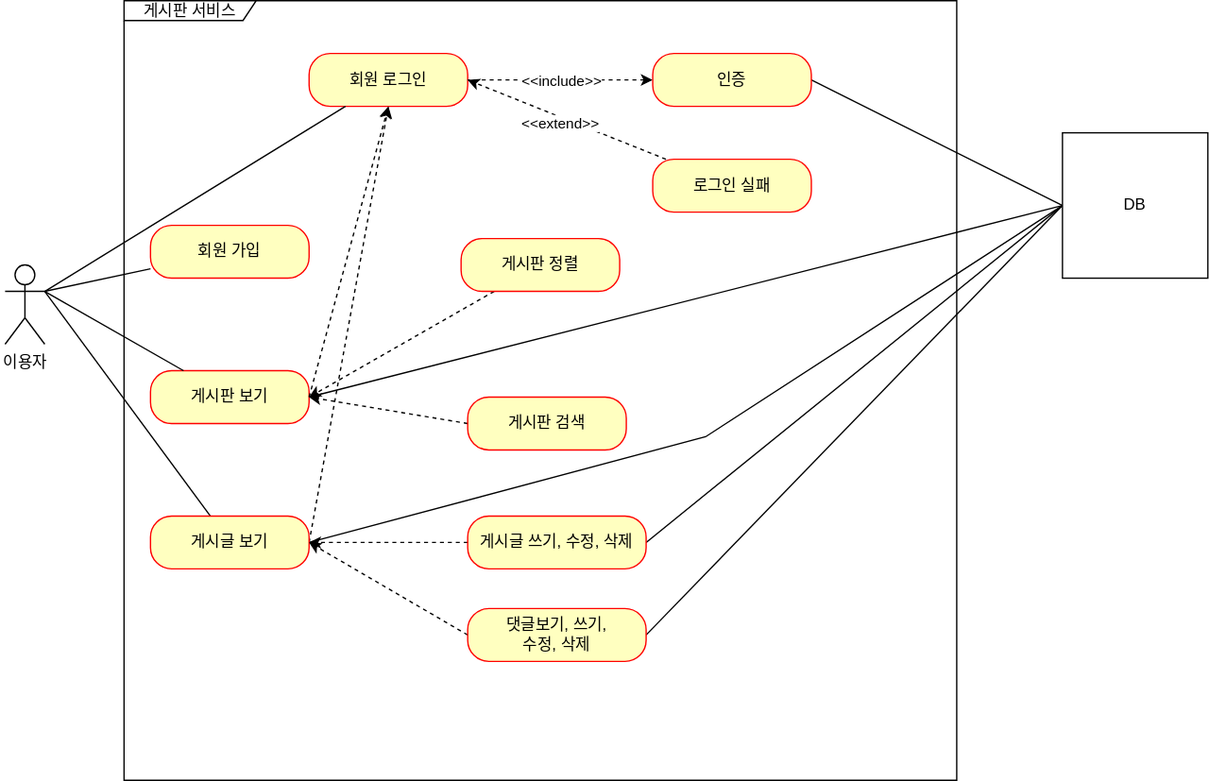
Above: document/use-case.svg in golden-hamster/hello-project-board (draw.io), before the change. Source tidied: cells renumbered, new cells last; positions are measured from the earlier drawing's top-left corner, leaving out a move shared by most shapes.
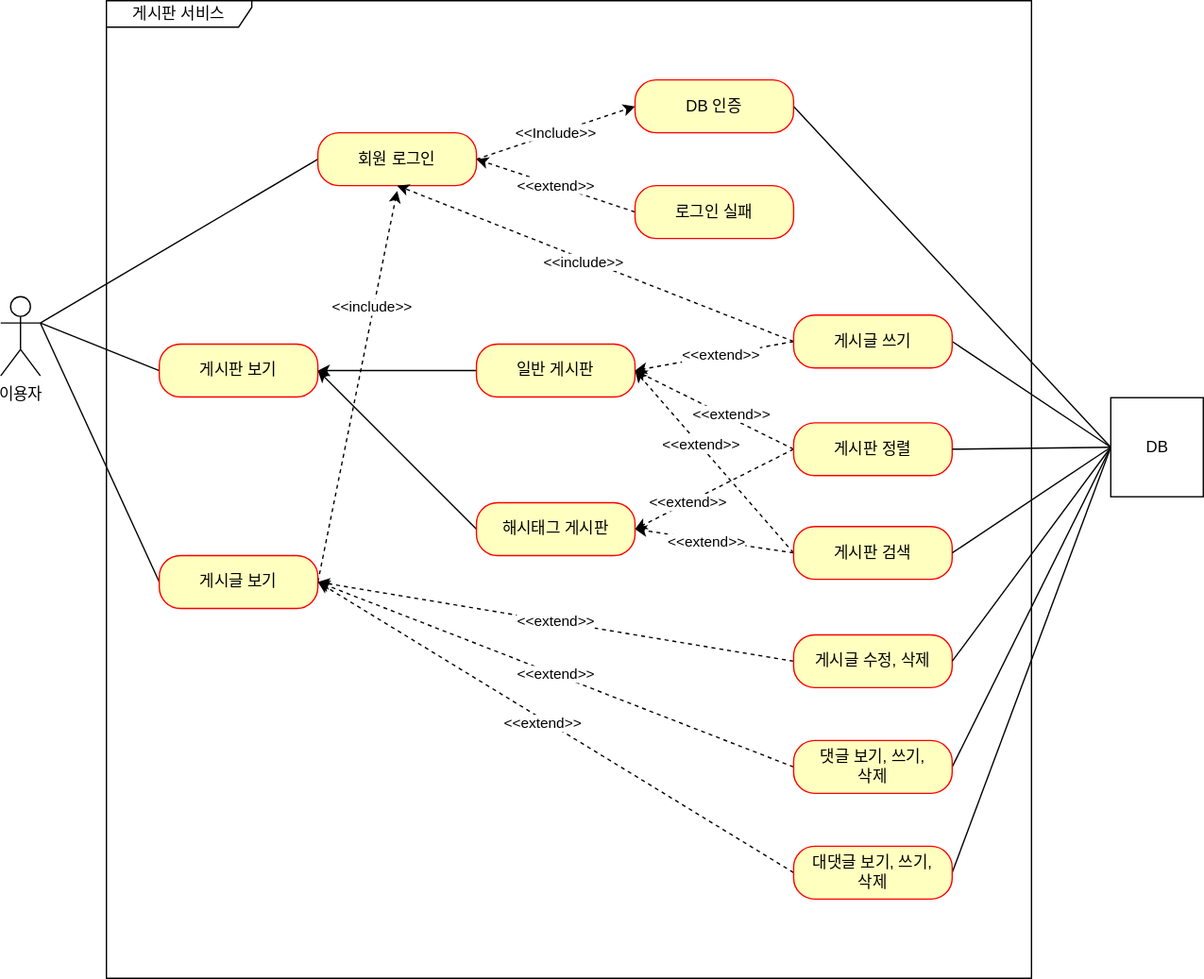
After the change.

Commit message:
#58 - 유즈케이스 업데이트

현재 서비스를 정확히 설명할 수 있도록 업데이트를 함

What changed in the source:
```diff
@@ -3,112 +3,164 @@
     <mxCell id="0" />
     <mxCell id="1" parent="0" />
     <mxCell id="2" value="이용자" style="shape=umlActor;verticalLabelPosition=bottom;verticalAlign=top;html=1;" parent="1" vertex="1">
-      <mxGeometry y="200" width="30" height="60" as="geometry" />
+      <mxGeometry x="-20" y="284" width="30" height="60" as="geometry" />
     </mxCell>
-    <mxCell id="3" value="게시판 서비스" style="shape=umlFrame;whiteSpace=wrap;html=1;width=100;height=15;" parent="1" vertex="1">
-      <mxGeometry x="90" width="630" height="590" as="geometry" />
+    <mxCell id="3" value="게시판 서비스" style="shape=umlFrame;whiteSpace=wrap;html=1;width=110;height=20;" parent="1" vertex="1">
+      <mxGeometry x="60" y="60" width="700" height="740" as="geometry" />
     </mxCell>
-    <mxCell id="4" value="회원 가입" style="rounded=1;whiteSpace=wrap;html=1;arcSize=40;fontColor=#000000;fillColor=#ffffc0;strokeColor=#ff0000;" parent="1" vertex="1">
-      <mxGeometry x="110" y="170" width="120" height="40" as="geometry" />
-    </mxCell>
-    <mxCell id="5" style="rounded=0;jettySize=auto;html=1;exitX=1;exitY=0.5;exitDx=0;exitDy=0;entryX=0;entryY=0.5;entryDx=0;entryDy=0;endArrow=none;endFill=0;" parent="1" edge="1" source="6" target="33">
-      <mxGeometry relative="1" as="geometry" />
-    </mxCell>
+    <mxCell id="34" style="rounded=0;jettySize=auto;html=1;exitX=0;exitY=0.5;exitDx=0;exitDy=0;entryX=1;entryY=0.5;entryDx=0;entryDy=0;" parent="1" edge="1" source="35" target="6">
+      <mxGeometry relative="1" as="geometry" />
+    </mxCell>
+    <mxCell id="35" value="일반 게시판" style="rounded=1;whiteSpace=wrap;html=1;arcSize=40;fontColor=#000000;fillColor=#ffffc0;strokeColor=#ff0000;" parent="1" vertex="1">
+      <mxGeometry x="340" y="320" width="120" height="40" as="geometry" />
+    </mxCell>
+    <mxCell id="31" style="edgeStyle=none;rounded=0;jettySize=auto;html=1;exitX=0;exitY=0.5;exitDx=0;exitDy=0;entryX=1;entryY=0.3333333333333333;entryDx=0;entryDy=0;entryPerimeter=0;endArrow=none;endFill=0;" parent="1" edge="1" source="6" target="2">
+      <mxGeometry relative="1" as="geometry" />
+    </mxCell>
     <mxCell id="6" value="게시판 보기" style="rounded=1;whiteSpace=wrap;html=1;arcSize=40;fontColor=#000000;fillColor=#ffffc0;strokeColor=#ff0000;" parent="1" vertex="1">
-      <mxGeometry x="110" y="280" width="120" height="40" as="geometry" />
+      <mxGeometry x="100" y="320" width="120" height="40" as="geometry" />
     </mxCell>
-    <mxCell id="7" style="rounded=0;jettySize=auto;html=1;endArrow=none;endFill=0;" parent="1" edge="1" source="10">
-      <mxGeometry relative="1" as="geometry">
-        <mxPoint x="30" y="220" as="targetPoint" />
-      </mxGeometry>
-    </mxCell>
-    <mxCell id="8" style="rounded=0;jettySize=auto;html=1;exitX=1;exitY=0.5;exitDx=0;exitDy=0;entryX=0.5;entryY=1;entryDx=0;entryDy=0;dashed=1;" parent="1" edge="1" source="10" target="11">
-      <mxGeometry relative="1" as="geometry" />
-    </mxCell>
-    <mxCell id="9" style="rounded=0;jettySize=auto;html=1;exitX=1;exitY=0.5;exitDx=0;exitDy=0;entryX=0;entryY=0.5;entryDx=0;entryDy=0;endArrow=none;endFill=0;" parent="1" edge="1" source="10" target="33">
-      <mxGeometry relative="1" as="geometry">
-        <Array as="points">
-          <mxPoint x="530" y="330" />
-        </Array>
-      </mxGeometry>
-    </mxCell>
+    <mxCell id="36" style="edgeStyle=none;rounded=0;jettySize=auto;html=1;exitX=0;exitY=0.5;exitDx=0;exitDy=0;endArrow=none;endFill=0;" parent="1" edge="1" source="10">
+      <mxGeometry relative="1" as="geometry">
+        <mxPoint x="10" y="304" as="targetPoint" />
+      </mxGeometry>
+    </mxCell>
+    <mxCell id="37" style="edgeStyle=none;rounded=0;jettySize=auto;html=1;exitX=1;exitY=0.5;exitDx=0;exitDy=0;dashed=1;endArrow=classic;endFill=1;" parent="1" edge="1" source="10">
+      <mxGeometry relative="1" as="geometry">
+        <mxPoint x="280" y="204" as="targetPoint" />
+      </mxGeometry>
+    </mxCell>
+    <mxCell id="38" value="&amp;lt;&amp;lt;include&amp;gt;&amp;gt;" style="edgeLabel;html=1;align=center;verticalAlign=middle;" parent="37" vertex="1">
+      <mxGeometry x="0.41" y="2" relative="1" as="geometry" />
+    </mxCell>
     <mxCell id="10" value="게시글 보기" style="rounded=1;whiteSpace=wrap;html=1;arcSize=40;fontColor=#000000;fillColor=#ffffc0;strokeColor=#ff0000;" parent="1" vertex="1">
-      <mxGeometry x="110" y="390" width="120" height="40" as="geometry" />
+      <mxGeometry x="100" y="480" width="120" height="40" as="geometry" />
     </mxCell>
+    <mxCell id="39" style="edgeStyle=none;rounded=0;jettySize=auto;html=1;exitX=0;exitY=0.5;exitDx=0;exitDy=0;endArrow=none;endFill=0;" parent="1" edge="1" source="11">
+      <mxGeometry relative="1" as="geometry">
+        <mxPoint x="10" y="304" as="targetPoint" />
+      </mxGeometry>
+    </mxCell>
+    <mxCell id="40" value="&amp;lt;&amp;lt;Include&amp;gt;&amp;gt;" style="rounded=0;jettySize=auto;html=1;exitX=1;exitY=0.5;exitDx=0;exitDy=0;entryX=0;entryY=0.5;entryDx=0;entryDy=0;dashed=1;" parent="1" edge="1" source="11" target="42">
+      <mxGeometry relative="1" as="geometry" />
+    </mxCell>
     <mxCell id="11" value="회원 로그인" style="rounded=1;whiteSpace=wrap;html=1;arcSize=40;fontColor=#000000;fillColor=#ffffc0;strokeColor=#ff0000;" parent="1" vertex="1">
-      <mxGeometry x="230" y="40" width="120" height="40" as="geometry" />
+      <mxGeometry x="220" y="160" width="120" height="40" as="geometry" />
     </mxCell>
-    <mxCell id="12" style="edgeStyle=orthogonalEdgeStyle;rounded=0;jettySize=auto;html=1;endArrow=none;endFill=0;startArrow=classic;startFill=1;dashed=1;" parent="1" edge="1" source="15" target="11">
-      <mxGeometry relative="1" as="geometry" />
-    </mxCell>
-    <mxCell id="13" value="&amp;lt;&amp;lt;include&amp;gt;&amp;gt;" style="edgeLabel;html=1;align=center;verticalAlign=middle;" parent="12" vertex="1">
-      <mxGeometry x="0.22" y="1" relative="1" as="geometry">
-        <mxPoint x="15" y="-1" as="offset" />
-      </mxGeometry>
-    </mxCell>
-    <mxCell id="14" style="rounded=0;jettySize=auto;html=1;exitX=1;exitY=0.5;exitDx=0;exitDy=0;endArrow=none;endFill=0;entryX=0;entryY=0.5;entryDx=0;entryDy=0;" parent="1" edge="1" source="15" target="33">
-      <mxGeometry relative="1" as="geometry" />
-    </mxCell>
-    <mxCell id="15" value="인증" style="rounded=1;whiteSpace=wrap;html=1;arcSize=40;fontColor=#000000;fillColor=#ffffc0;strokeColor=#ff0000;" parent="1" vertex="1">
-      <mxGeometry x="490" y="40" width="120" height="40" as="geometry" />
-    </mxCell>
+    <mxCell id="41" style="edgeStyle=none;rounded=0;jettySize=auto;html=1;exitX=1;exitY=0.5;exitDx=0;exitDy=0;entryX=0;entryY=0.5;entryDx=0;entryDy=0;endArrow=none;endFill=0;" parent="1" edge="1" source="42" target="33">
+      <mxGeometry relative="1" as="geometry" />
+    </mxCell>
+    <mxCell id="42" value="DB 인증" style="rounded=1;whiteSpace=wrap;html=1;arcSize=40;fontColor=#000000;fillColor=#ffffc0;strokeColor=#ff0000;" parent="1" vertex="1">
+      <mxGeometry x="460" y="120" width="120" height="40" as="geometry" />
+    </mxCell>
-    <mxCell id="16" style="rounded=0;jettySize=auto;html=1;entryX=1;entryY=0.5;entryDx=0;entryDy=0;endArrow=classic;endFill=1;dashed=1;" parent="1" edge="1" source="18" target="11">
+    <mxCell id="16" value="&amp;lt;&amp;lt;extend&amp;gt;&amp;gt;" style="edgeStyle=none;rounded=0;jettySize=auto;html=1;exitX=0;exitY=0.5;exitDx=0;exitDy=0;entryX=1;entryY=0.5;entryDx=0;entryDy=0;endArrow=classic;endFill=1;dashed=1;" parent="1" edge="1" source="18" target="11">
       <mxGeometry relative="1" as="geometry" />
     </mxCell>
-    <mxCell id="17" value="&amp;lt;&amp;lt;extend&amp;gt;&amp;gt;" style="edgeLabel;html=1;align=center;verticalAlign=middle;" parent="16" vertex="1">
-      <mxGeometry x="-0.1" y="1" relative="1" as="geometry">
-        <mxPoint x="-12" y="-1" as="offset" />
-      </mxGeometry>
-    </mxCell>
     <mxCell id="18" value="로그인 실패" style="rounded=1;whiteSpace=wrap;html=1;arcSize=40;fontColor=#000000;fillColor=#ffffc0;strokeColor=#ff0000;" parent="1" vertex="1">
-      <mxGeometry x="490" y="120" width="120" height="40" as="geometry" />
+      <mxGeometry x="460" y="200" width="120" height="40" as="geometry" />
     </mxCell>
-    <mxCell id="19" style="rounded=0;jettySize=auto;html=1;entryX=1;entryY=0.5;entryDx=0;entryDy=0;dashed=1;" parent="1" edge="1" source="20" target="6">
-      <mxGeometry relative="1" as="geometry" />
-    </mxCell>
+    <mxCell id="43" style="edgeStyle=none;rounded=0;jettySize=auto;html=1;exitX=0;exitY=0.5;exitDx=0;exitDy=0;entryX=1;entryY=0.5;entryDx=0;entryDy=0;dashed=1;endArrow=classic;endFill=1;" parent="1" edge="1" source="20" target="35">
+      <mxGeometry relative="1" as="geometry" />
+    </mxCell>
+    <mxCell id="44" value="&amp;lt;&amp;lt;extend&amp;gt;&amp;gt;" style="edgeLabel;html=1;align=center;verticalAlign=middle;" parent="43" vertex="1">
+      <mxGeometry x="-0.18" y="-3" relative="1" as="geometry" />
+    </mxCell>
+    <mxCell id="45" style="edgeStyle=none;rounded=0;jettySize=auto;html=1;exitX=0;exitY=0.5;exitDx=0;exitDy=0;entryX=1;entryY=0.5;entryDx=0;entryDy=0;dashed=1;" parent="1" edge="1" source="20" target="62">
+      <mxGeometry relative="1" as="geometry" />
+    </mxCell>
+    <mxCell id="46" value="&amp;lt;&amp;lt;extend&amp;gt;&amp;gt;" style="edgeLabel;html=1;align=center;verticalAlign=middle;" parent="45" vertex="1">
+      <mxGeometry x="0.33" relative="1" as="geometry">
+        <mxPoint x="-1" as="offset" />
+      </mxGeometry>
+    </mxCell>
     <mxCell id="20" value="게시판 정렬" style="rounded=1;whiteSpace=wrap;html=1;arcSize=40;fontColor=#000000;fillColor=#ffffc0;strokeColor=#ff0000;" parent="1" vertex="1">
-      <mxGeometry x="345" y="180" width="120" height="40" as="geometry" />
+      <mxGeometry x="580" y="379.5" width="120" height="40" as="geometry" />
     </mxCell>
-    <mxCell id="21" style="rounded=0;jettySize=auto;html=1;exitX=0;exitY=0.5;exitDx=0;exitDy=0;dashed=1;" parent="1" edge="1" source="22">
-      <mxGeometry relative="1" as="geometry">
-        <mxPoint x="230" y="300" as="targetPoint" />
-      </mxGeometry>
-    </mxCell>
+    <mxCell id="47" style="edgeStyle=none;rounded=0;jettySize=auto;html=1;exitX=0;exitY=0.5;exitDx=0;exitDy=0;dashed=1;endArrow=classic;endFill=1;entryX=1;entryY=0.5;entryDx=0;entryDy=0;" parent="1" edge="1" source="22" target="35">
+      <mxGeometry relative="1" as="geometry" />
+    </mxCell>
+    <mxCell id="48" value="&amp;lt;&amp;lt;extend&amp;gt;&amp;gt;" style="edgeLabel;html=1;align=center;verticalAlign=middle;" parent="47" vertex="1">
+      <mxGeometry x="0.18" y="-1" relative="1" as="geometry" />
+    </mxCell>
+    <mxCell id="49" style="edgeStyle=none;rounded=0;jettySize=auto;html=1;exitX=0;exitY=0.5;exitDx=0;exitDy=0;entryX=1;entryY=0.5;entryDx=0;entryDy=0;dashed=1;" parent="1" edge="1" source="22" target="62">
+      <mxGeometry relative="1" as="geometry" />
+    </mxCell>
+    <mxCell id="50" value="&amp;lt;&amp;lt;extend&amp;gt;&amp;gt;" style="edgeLabel;html=1;align=center;verticalAlign=middle;" parent="49" vertex="1">
+      <mxGeometry x="0.11" y="2" relative="1" as="geometry">
+        <mxPoint x="1" as="offset" />
+      </mxGeometry>
+    </mxCell>
     <mxCell id="22" value="게시판 검색" style="rounded=1;whiteSpace=wrap;html=1;arcSize=40;fontColor=#000000;fillColor=#ffffc0;strokeColor=#ff0000;" parent="1" vertex="1">
-      <mxGeometry x="350" y="300" width="120" height="40" as="geometry" />
+      <mxGeometry x="580" y="458" width="120" height="40" as="geometry" />
     </mxCell>
-    <mxCell id="23" style="rounded=0;jettySize=auto;html=1;dashed=1;" parent="1" edge="1" source="25" target="10">
-      <mxGeometry relative="1" as="geometry" />
-    </mxCell>
-    <mxCell id="24" style="rounded=0;jettySize=auto;html=1;exitX=1;exitY=0.5;exitDx=0;exitDy=0;endArrow=none;endFill=0;entryX=0;entryY=0.5;entryDx=0;entryDy=0;" parent="1" edge="1" source="25" target="33">
-      <mxGeometry relative="1" as="geometry" />
-    </mxCell>
-    <mxCell id="25" value="게시글 쓰기, 수정, 삭제" style="rounded=1;whiteSpace=wrap;html=1;arcSize=40;fontColor=#000000;fillColor=#ffffc0;strokeColor=#ff0000;" parent="1" vertex="1">
-      <mxGeometry x="350" y="390" width="135" height="40" as="geometry" />
-    </mxCell>
-    <mxCell id="26" style="rounded=0;jettySize=auto;html=1;exitX=0;exitY=0.5;exitDx=0;exitDy=0;entryX=1;entryY=0.5;entryDx=0;entryDy=0;dashed=1;" parent="1" edge="1" source="28" target="10">
-      <mxGeometry relative="1" as="geometry" />
-    </mxCell>
-    <mxCell id="27" style="rounded=0;jettySize=auto;html=1;exitX=1;exitY=0.5;exitDx=0;exitDy=0;endArrow=none;endFill=0;entryX=0;entryY=0.5;entryDx=0;entryDy=0;" parent="1" edge="1" source="28" target="33">
-      <mxGeometry relative="1" as="geometry" />
-    </mxCell>
-    <mxCell id="28" value="댓글보기, 쓰기, &lt;br&gt;수정, 삭제" style="rounded=1;whiteSpace=wrap;html=1;arcSize=40;fontColor=#000000;fillColor=#ffffc0;strokeColor=#ff0000;" parent="1" vertex="1">
-      <mxGeometry x="350" y="460" width="135" height="40" as="geometry" />
-    </mxCell>
-    <mxCell id="29" style="rounded=0;jettySize=auto;html=1;entryX=1;entryY=0.3333333333333333;entryDx=0;entryDy=0;entryPerimeter=0;endArrow=none;endFill=0;" parent="1" edge="1" source="4" target="2">
-      <mxGeometry relative="1" as="geometry" />
-    </mxCell>
-    <mxCell id="30" style="rounded=0;jettySize=auto;html=1;entryX=1;entryY=0.3333333333333333;entryDx=0;entryDy=0;entryPerimeter=0;endArrow=none;endFill=0;" parent="1" edge="1" source="11" target="2">
-      <mxGeometry relative="1" as="geometry" />
-    </mxCell>
-    <mxCell id="31" style="rounded=0;jettySize=auto;html=1;entryX=1;entryY=0.3333333333333333;entryDx=0;entryDy=0;entryPerimeter=0;endArrow=none;endFill=0;" parent="1" edge="1" source="6" target="2">
-      <mxGeometry relative="1" as="geometry" />
-    </mxCell>
-    <mxCell id="32" style="rounded=0;jettySize=auto;html=1;exitX=1;exitY=0.5;exitDx=0;exitDy=0;entryX=0.5;entryY=1;entryDx=0;entryDy=0;dashed=1;" parent="1" edge="1" source="6" target="11">
-      <mxGeometry relative="1" as="geometry" />
-    </mxCell>
+    <mxCell id="51" value="&amp;lt;&amp;lt;extend&amp;gt;&amp;gt;" style="edgeStyle=none;rounded=0;jettySize=auto;html=1;exitX=0;exitY=0.5;exitDx=0;exitDy=0;entryX=1;entryY=0.5;entryDx=0;entryDy=0;dashed=1;endArrow=classic;endFill=1;" parent="1" edge="1" source="52" target="10">
+      <mxGeometry relative="1" as="geometry" />
+    </mxCell>
+    <mxCell id="52" value="게시글 수정, 삭제" style="rounded=1;whiteSpace=wrap;html=1;arcSize=40;fontColor=#000000;fillColor=#ffffc0;strokeColor=#ff0000;" parent="1" vertex="1">
+      <mxGeometry x="580" y="540" width="120" height="40" as="geometry" />
+    </mxCell>
+    <mxCell id="53" style="edgeStyle=none;rounded=0;jettySize=auto;html=1;exitX=0;exitY=0.5;exitDx=0;exitDy=0;dashed=1;endArrow=classic;endFill=1;entryX=1;entryY=0.5;entryDx=0;entryDy=0;" parent="1" edge="1" source="56" target="10">
+      <mxGeometry relative="1" as="geometry" />
+    </mxCell>
+    <mxCell id="54" value="&amp;lt;&amp;lt;extend&amp;gt;&amp;gt;" style="edgeLabel;html=1;align=center;verticalAlign=middle;" parent="53" vertex="1">
+      <mxGeometry x="0.01" relative="1" as="geometry" />
+    </mxCell>
+    <mxCell id="55" style="edgeStyle=none;rounded=0;jettySize=auto;html=1;exitX=1;exitY=0.5;exitDx=0;exitDy=0;endArrow=none;endFill=0;entryX=0;entryY=0.5;entryDx=0;entryDy=0;" parent="1" edge="1" source="56" target="33">
+      <mxGeometry relative="1" as="geometry" />
+    </mxCell>
+    <mxCell id="56" value="댓글 보기, 쓰기,&lt;br&gt;삭제" style="rounded=1;whiteSpace=wrap;html=1;arcSize=40;fontColor=#000000;fillColor=#ffffc0;strokeColor=#ff0000;" parent="1" vertex="1">
+      <mxGeometry x="580" y="620" width="120" height="40" as="geometry" />
+    </mxCell>
+    <mxCell id="57" style="edgeStyle=none;rounded=0;jettySize=auto;html=1;exitX=0;exitY=0.5;exitDx=0;exitDy=0;entryX=1;entryY=0.5;entryDx=0;entryDy=0;endArrow=none;endFill=0;" parent="1" edge="1" source="33" target="52">
+      <mxGeometry relative="1" as="geometry" />
+    </mxCell>
+    <mxCell id="58" style="edgeStyle=none;rounded=0;jettySize=auto;html=1;exitX=0;exitY=0.5;exitDx=0;exitDy=0;entryX=1;entryY=0.5;entryDx=0;entryDy=0;endArrow=none;endFill=0;" parent="1" edge="1" source="33" target="22">
+      <mxGeometry relative="1" as="geometry" />
+    </mxCell>
+    <mxCell id="59" style="edgeStyle=none;rounded=0;jettySize=auto;html=1;exitX=0;exitY=0.5;exitDx=0;exitDy=0;entryX=1;entryY=0.5;entryDx=0;entryDy=0;endArrow=none;endFill=0;" parent="1" edge="1" source="33" target="20">
+      <mxGeometry relative="1" as="geometry" />
+    </mxCell>
+    <mxCell id="60" style="edgeStyle=none;rounded=0;jettySize=auto;html=1;exitX=0;exitY=0.5;exitDx=0;exitDy=0;entryX=1;entryY=0.5;entryDx=0;entryDy=0;endArrow=none;endFill=0;" parent="1" edge="1" source="33" target="68">
+      <mxGeometry relative="1" as="geometry" />
+    </mxCell>
-    <mxCell id="33" value="DB" style="html=1;whiteSpace=wrap;" parent="1" vertex="1">
-      <mxGeometry x="800" y="100" width="110" height="110" as="geometry" />
+    <mxCell id="33" value="DB" style="html=1;" parent="1" vertex="1">
+      <mxGeometry x="820" y="360.5" width="70" height="75" as="geometry" />
     </mxCell>
+    <mxCell id="61" style="jettySize=auto;html=1;exitX=0;exitY=0.5;exitDx=0;exitDy=0;entryX=1;entryY=0.5;entryDx=0;entryDy=0;rounded=0;" parent="1" edge="1" source="62" target="6">
+      <mxGeometry relative="1" as="geometry" />
+    </mxCell>
+    <mxCell id="62" value="해시태그 게시판" style="rounded=1;whiteSpace=wrap;html=1;arcSize=40;fontColor=#000000;fillColor=#ffffc0;strokeColor=#ff0000;" parent="1" vertex="1">
+      <mxGeometry x="340" y="440" width="120" height="40" as="geometry" />
+    </mxCell>
+    <mxCell id="63" style="edgeStyle=none;rounded=0;orthogonalLoop=1;jettySize=auto;html=1;exitX=0;exitY=0.5;exitDx=0;exitDy=0;" parent="1" edge="1" source="22" target="22">
+      <mxGeometry relative="1" as="geometry" />
+    </mxCell>
+    <mxCell id="64" style="edgeStyle=none;rounded=0;jettySize=auto;html=1;exitX=0;exitY=0.5;exitDx=0;exitDy=0;entryX=1;entryY=0.5;entryDx=0;entryDy=0;dashed=1;" parent="1" edge="1" source="68" target="35">
+      <mxGeometry relative="1" as="geometry" />
+    </mxCell>
+    <mxCell id="65" value="&amp;lt;&amp;lt;extend&amp;gt;&amp;gt;" style="edgeLabel;html=1;align=center;verticalAlign=middle;" parent="64" vertex="1">
+      <mxGeometry x="-0.09" y="-1" relative="1" as="geometry" />
+    </mxCell>
+    <mxCell id="66" style="edgeStyle=none;rounded=0;jettySize=auto;html=1;exitX=0;exitY=0.5;exitDx=0;exitDy=0;entryX=0.5;entryY=1;entryDx=0;entryDy=0;endArrow=classic;endFill=1;dashed=1;" parent="1" edge="1" source="68" target="11">
+      <mxGeometry relative="1" as="geometry" />
+    </mxCell>
+    <mxCell id="67" value="&amp;lt;&amp;lt;include&amp;gt;&amp;gt;" style="edgeLabel;html=1;align=center;verticalAlign=middle;" parent="66" vertex="1">
+      <mxGeometry x="0.06" y="2" relative="1" as="geometry" />
+    </mxCell>
+    <mxCell id="68" value="게시글 쓰기" style="rounded=1;whiteSpace=wrap;html=1;arcSize=40;fontColor=#000000;fillColor=#ffffc0;strokeColor=#ff0000;" parent="1" vertex="1">
+      <mxGeometry x="580" y="298" width="120" height="40" as="geometry" />
+    </mxCell>
+    <mxCell id="69" style="edgeStyle=none;rounded=0;jettySize=auto;html=1;exitX=0;exitY=0.5;exitDx=0;exitDy=0;entryX=1;entryY=0.5;entryDx=0;entryDy=0;endArrow=classic;endFill=1;dashed=1;" parent="1" edge="1" source="72" target="10">
+      <mxGeometry relative="1" as="geometry" />
+    </mxCell>
+    <mxCell id="70" value="&amp;lt;&amp;lt;extend&amp;gt;&amp;gt;" style="edgeLabel;html=1;align=center;verticalAlign=middle;" parent="69" vertex="1">
+      <mxGeometry x="0.05" y="3" relative="1" as="geometry" />
+    </mxCell>
+    <mxCell id="71" style="edgeStyle=none;rounded=0;jettySize=auto;html=1;exitX=1;exitY=0.5;exitDx=0;exitDy=0;entryX=0;entryY=0.5;entryDx=0;entryDy=0;endArrow=none;endFill=0;" parent="1" edge="1" source="72" target="33">
+      <mxGeometry relative="1" as="geometry" />
+    </mxCell>
+    <mxCell id="72" value="대댓글 보기, 쓰기,&lt;br&gt;삭제" style="rounded=1;whiteSpace=wrap;html=1;arcSize=40;fontColor=#000000;fillColor=#ffffc0;strokeColor=#ff0000;" parent="1" vertex="1">
+      <mxGeometry x="580" y="700" width="120" height="40" as="geometry" />
+    </mxCell>
   </root>
 </mxGraphModel>
```
